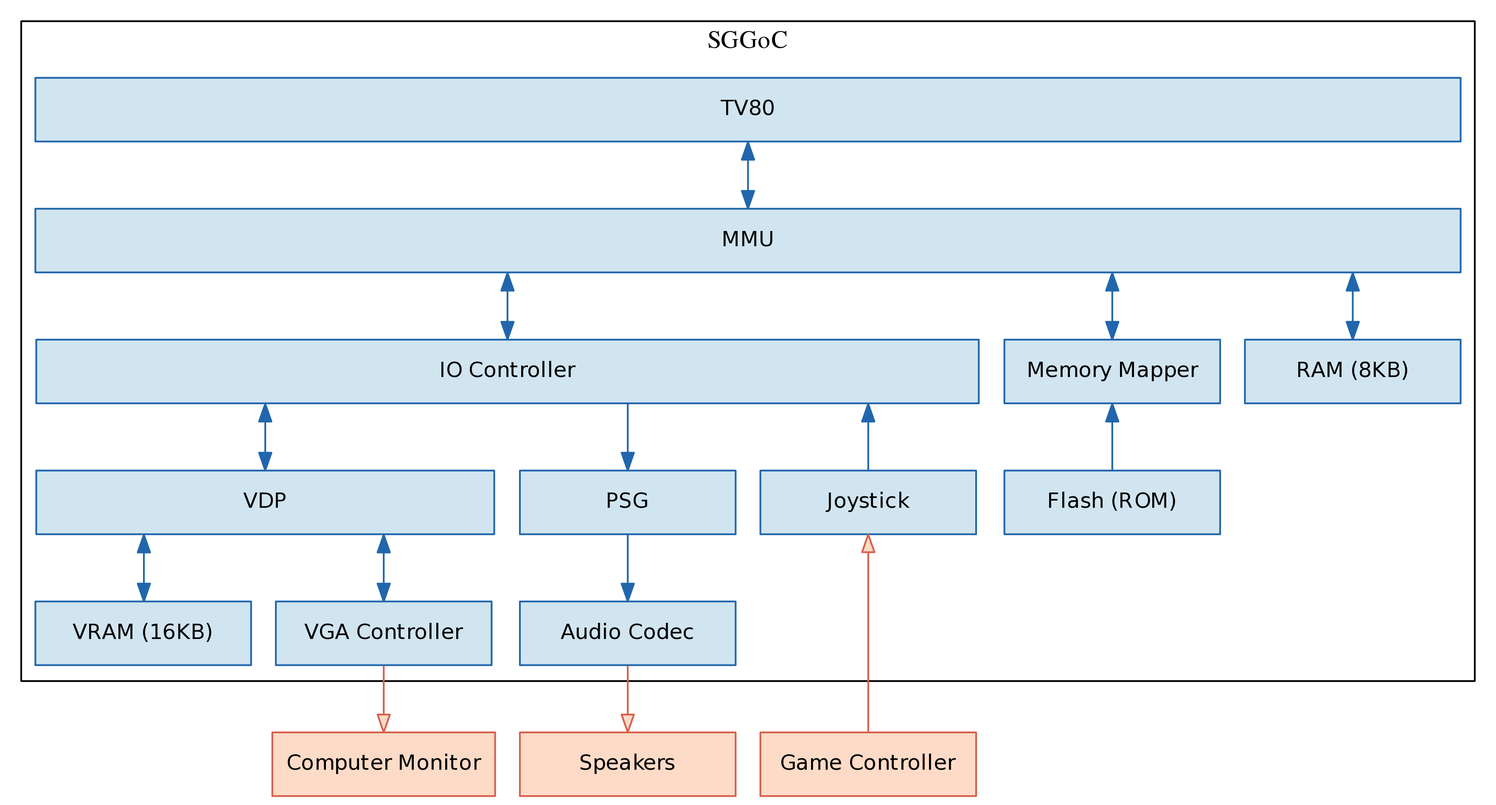
This is doc/block_diagrams/block_diagram_internal.png from bear24rw/sggoc, a Graphviz export, as it was before one commit. Its source is kept beside it as doc/block_diagrams/block_diagram_internal.dot.
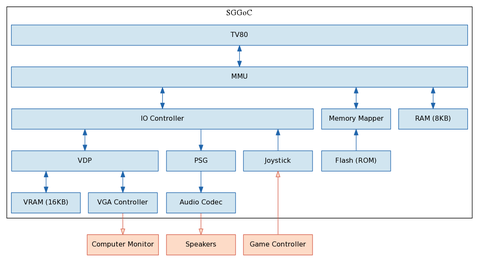
The same diagram one commit later.

The edit, as a diff of the source:
```diff
@@ -1,6 +1,6 @@
 digraph G {
 
-    graph [ordering="in", splines=ortho, rankdir=TB, nodesep=0.2, colorscheme=rdbu9, dpi=300];
+    graph [ordering="in", splines=ortho, rankdir=TB, nodesep=0.2, colorscheme=rdbu9];
     node [nodesep=0.2, label="\N", shape=record, style="filled", colorscheme=rdbu9, color=9, fillcolor=6, fontname="Arial narrow", fontsize=12];
     edge [colorscheme=rdbu9, color=9, fontsize=11, fontname="Arial narrow"];
 
```
